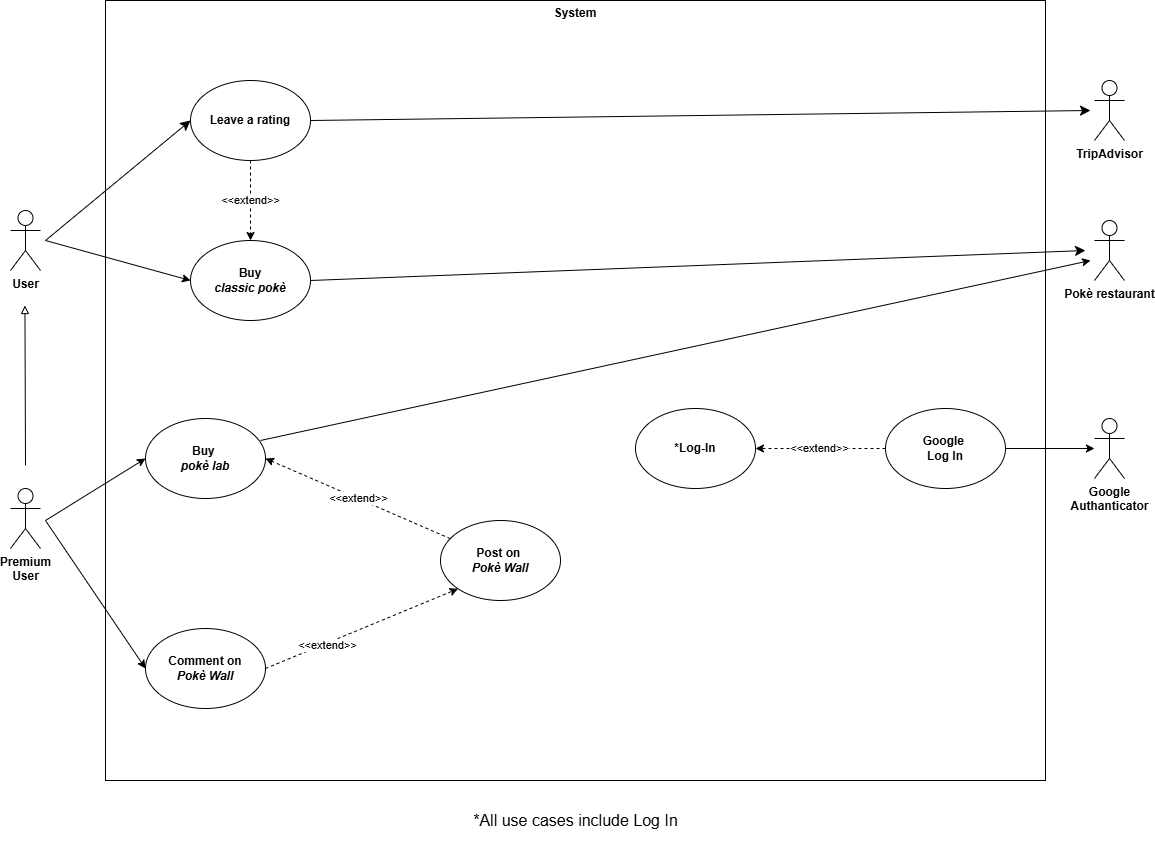
Earlier version of the draw.io export diagrams/UseCaseDiagram.drawio.png (matteopinfildi/YourPoke-ISPWProject). Source tidied: cells renumbered, new cells last; positions are measured from the earlier drawing's top-left corner, leaving out a move shared by most shapes. Source of this version:
```xml
<mxGraphModel>
  <root>
    <mxCell id="0" />
    <mxCell id="1" parent="0" />
    <mxCell id="2" style="rounded=0;whiteSpace=wrap;html=1;" parent="1" vertex="1">
      <mxGeometry x="95" width="940" height="780" as="geometry" />
    </mxCell>
    <mxCell id="3" style="edgeStyle=none;curved=1;rounded=0;jettySize=auto;html=1;entryX=0;entryY=0.5;entryDx=0;entryDy=0;fontSize=12;startSize=8;endSize=8;" parent="1" edge="1" target="19">
      <mxGeometry relative="1" as="geometry">
        <mxPoint x="35" y="240" as="sourcePoint" />
      </mxGeometry>
    </mxCell>
    <mxCell id="4" value="&lt;b&gt;User&lt;/b&gt;" style="shape=umlActor;verticalLabelPosition=bottom;verticalAlign=top;html=1;" parent="1" vertex="1">
      <mxGeometry y="210" width="30" height="60" as="geometry" />
    </mxCell>
    <mxCell id="5" value="&lt;b&gt;Premium&lt;br&gt;User&lt;/b&gt;" style="shape=umlActor;verticalLabelPosition=bottom;verticalAlign=top;html=1;" parent="1" vertex="1">
      <mxGeometry y="488" width="30" height="60" as="geometry" />
    </mxCell>
    <mxCell id="6" value="&lt;b&gt;*Log-In&lt;/b&gt;" style="ellipse;whiteSpace=wrap;html=1;" parent="1" vertex="1">
      <mxGeometry x="625" y="408" width="120" height="80" as="geometry" />
    </mxCell>
    <mxCell id="7" value="&lt;b&gt;Buy&amp;nbsp;&lt;/b&gt;&lt;div&gt;&lt;b&gt;&lt;i&gt;pokè lab&lt;/i&gt;&lt;/b&gt;&lt;/div&gt;" style="ellipse;whiteSpace=wrap;html=1;" parent="1" vertex="1">
      <mxGeometry x="135" y="418" width="120" height="80" as="geometry" />
    </mxCell>
    <mxCell id="8" style="endArrow=classic;html=1;rounded=0;entryX=0;entryY=0.5;entryDx=0;entryDy=0;" parent="1" edge="1" target="7">
      <mxGeometry relative="1" as="geometry">
        <mxPoint x="35" y="520" as="sourcePoint" />
      </mxGeometry>
    </mxCell>
    <mxCell id="9" style="edgeStyle=none;curved=1;rounded=0;jettySize=auto;html=1;exitX=1;exitY=0.5;exitDx=0;exitDy=0;fontSize=12;startSize=8;endSize=8;" parent="1" edge="1" source="10">
      <mxGeometry relative="1" as="geometry">
        <mxPoint x="1075" y="250" as="targetPoint" />
      </mxGeometry>
    </mxCell>
    <mxCell id="10" value="&lt;b&gt;Buy&lt;/b&gt;&lt;br&gt;&lt;div&gt;&lt;b&gt;&amp;nbsp;&lt;i&gt;classic&amp;nbsp;&lt;/i&gt;&lt;/b&gt;&lt;b style=&quot;background-color: transparent; color: light-dark(rgb(0, 0, 0), rgb(255, 255, 255));&quot;&gt;&lt;i&gt;pokè&amp;nbsp;&lt;/i&gt;&lt;/b&gt;&lt;/div&gt;" style="ellipse;whiteSpace=wrap;html=1;" parent="1" vertex="1">
      <mxGeometry x="180" y="240" width="120" height="80" as="geometry" />
    </mxCell>
    <mxCell id="11" style="endArrow=classic;html=1;rounded=0;entryX=0;entryY=0.5;entryDx=0;entryDy=0;" parent="1" edge="1" target="10">
      <mxGeometry relative="1" as="geometry">
        <mxPoint x="35" y="240" as="sourcePoint" />
      </mxGeometry>
    </mxCell>
    <mxCell id="12" value="&lt;b&gt;Google&lt;/b&gt;&lt;div&gt;&lt;b&gt;Authanticator&lt;/b&gt;&lt;/div&gt;&lt;div&gt;&lt;br&gt;&lt;/div&gt;" style="shape=umlActor;verticalLabelPosition=bottom;verticalAlign=top;html=1;outlineConnect=0;" parent="1" vertex="1">
      <mxGeometry x="1084" y="418" width="30" height="60" as="geometry" />
    </mxCell>
    <mxCell id="13" style="endArrow=classic;html=1;rounded=0;exitX=1;exitY=0.5;exitDx=0;exitDy=0;" parent="1" edge="1" source="21" target="12">
      <mxGeometry relative="1" as="geometry" />
    </mxCell>
    <mxCell id="14" value="&lt;b&gt;System&lt;/b&gt;&lt;div&gt;&lt;br&gt;&lt;/div&gt;" style="text;html=1;align=center;verticalAlign=middle;whiteSpace=wrap;rounded=0;" parent="1" vertex="1">
      <mxGeometry x="535" y="5" width="60" height="30" as="geometry" />
    </mxCell>
    <mxCell id="15" value="&lt;b&gt;Comment on&lt;/b&gt;&lt;div&gt;&lt;b&gt;&lt;i&gt;Pokè Wall&lt;/i&gt;&lt;/b&gt;&lt;/div&gt;" style="ellipse;whiteSpace=wrap;html=1;" parent="1" vertex="1">
      <mxGeometry x="135" y="628" width="120" height="80" as="geometry" />
    </mxCell>
    <mxCell id="16" style="endArrow=classic;html=1;rounded=0;entryX=0;entryY=0.5;entryDx=0;entryDy=0;" parent="1" edge="1" target="15">
      <mxGeometry relative="1" as="geometry">
        <mxPoint x="35" y="520" as="sourcePoint" />
      </mxGeometry>
    </mxCell>
    <mxCell id="17" value="&lt;b&gt;Post on&amp;nbsp;&lt;/b&gt;&lt;div&gt;&lt;b&gt;&lt;i&gt;Pokè Wall&lt;/i&gt;&lt;/b&gt;&lt;/div&gt;" style="ellipse;whiteSpace=wrap;html=1;" parent="1" vertex="1">
      <mxGeometry x="430" y="520" width="120" height="80" as="geometry" />
    </mxCell>
    <mxCell id="18" value="&amp;lt;&amp;lt;extend&amp;gt;&amp;gt;" style="endArrow=classic;html=1;rounded=0;entryX=1;entryY=0.5;entryDx=0;entryDy=0;dashed=1;" parent="1" edge="1" source="17" target="7">
      <mxGeometry relative="1" as="geometry" />
    </mxCell>
    <mxCell id="19" value="&lt;b&gt;Leave a rating&lt;/b&gt;" style="ellipse;whiteSpace=wrap;html=1;" parent="1" vertex="1">
      <mxGeometry x="180" y="80" width="120" height="80" as="geometry" />
    </mxCell>
    <mxCell id="20" style="endArrow=block;html=1;rounded=0;endFill=0;" parent="1" edge="1">
      <mxGeometry relative="1" as="geometry">
        <mxPoint x="15" y="465" as="sourcePoint" />
        <mxPoint x="14.4" y="305" as="targetPoint" />
      </mxGeometry>
    </mxCell>
    <mxCell id="21" value="&lt;b&gt;Google&amp;nbsp;&lt;/b&gt;&lt;div&gt;&lt;b&gt;Log In&lt;/b&gt;&lt;/div&gt;" style="ellipse;whiteSpace=wrap;html=1;" parent="1" vertex="1">
      <mxGeometry x="875" y="408" width="120" height="80" as="geometry" />
    </mxCell>
    <mxCell id="22" value="&amp;lt;&amp;lt;extend&amp;gt;&amp;gt;" style="endArrow=classic;html=1;rounded=0;exitX=0;exitY=0.5;exitDx=0;exitDy=0;entryX=1;entryY=0.5;entryDx=0;entryDy=0;dashed=1;" parent="1" edge="1" source="21" target="6">
      <mxGeometry relative="1" as="geometry" />
    </mxCell>
    <mxCell id="23" value="&lt;b&gt;Pokè restaurant&lt;/b&gt;" style="shape=umlActor;verticalLabelPosition=bottom;verticalAlign=top;html=1;" parent="1" vertex="1">
      <mxGeometry x="1084" y="220" width="30" height="60" as="geometry" />
    </mxCell>
    <mxCell id="24" value="&amp;lt;&amp;lt;extend&amp;gt;&amp;gt;" style="endArrow=classic;html=1;rounded=0;exitX=1;exitY=0.5;exitDx=0;exitDy=0;entryX=0;entryY=1;entryDx=0;entryDy=0;dashed=1;" parent="1" edge="1" source="15" target="17">
      <mxGeometry x="-0.36" y="-2" relative="1" as="geometry" />
    </mxCell>
    <mxCell id="25" value="*All use cases include Log In" style="text;html=1;align=center;verticalAlign=middle;strokeColor=none;fillColor=none;fontSize=16;" parent="1" vertex="1">
      <mxGeometry x="430" y="800" width="270" height="40" as="geometry" />
    </mxCell>
    <mxCell id="26" style="endArrow=classic;html=1;rounded=0;exitX=0.958;exitY=0.275;exitDx=0;exitDy=0;exitPerimeter=0;" parent="1" edge="1" source="7">
      <mxGeometry relative="1" as="geometry">
        <mxPoint x="1080" y="260" as="targetPoint" />
      </mxGeometry>
    </mxCell>
    <mxCell id="27" value="&amp;lt;&amp;lt;extend&amp;gt;&amp;gt;" style="endArrow=classic;html=1;rounded=0;entryX=0.5;entryY=0;entryDx=0;entryDy=0;dashed=1;exitX=0.5;exitY=1;exitDx=0;exitDy=0;" parent="1" edge="1" source="19" target="10">
      <mxGeometry relative="1" as="geometry" />
    </mxCell>
    <mxCell id="28" value="&lt;div&gt;&lt;b&gt;TripAdvisor&lt;/b&gt;&lt;/div&gt;" style="shape=umlActor;verticalLabelPosition=bottom;verticalAlign=top;html=1;" parent="1" vertex="1">
      <mxGeometry x="1084" y="80" width="30" height="60" as="geometry" />
    </mxCell>
    <mxCell id="29" style="edgeStyle=none;curved=1;rounded=0;jettySize=auto;html=1;exitX=1;exitY=0.5;exitDx=0;exitDy=0;fontSize=12;startSize=8;endSize=8;" parent="1" edge="1" source="19">
      <mxGeometry relative="1" as="geometry">
        <mxPoint x="1080" y="110" as="targetPoint" />
      </mxGeometry>
    </mxCell>
  </root>
</mxGraphModel>
```
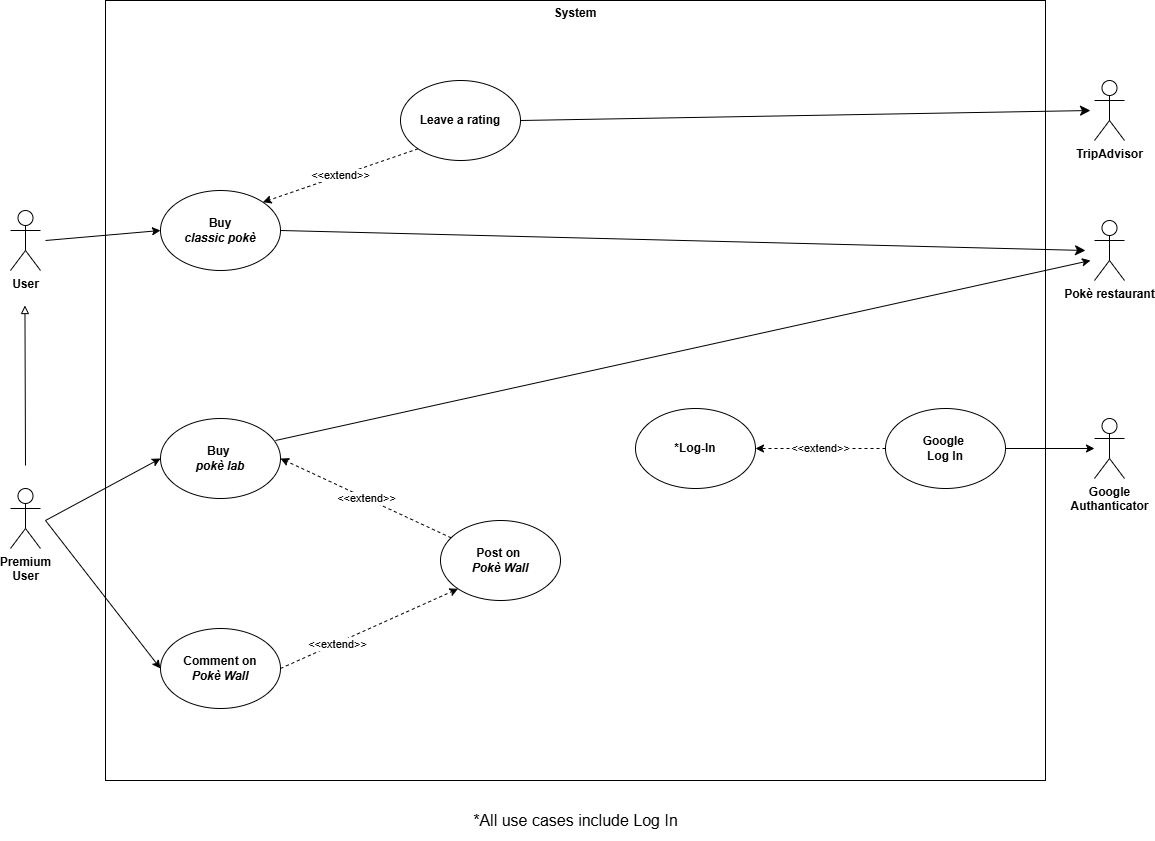
Later version of the same file.

The edit, as a diff of the source:
```diff
@@ -5,11 +5,6 @@
     <mxCell id="2" style="rounded=0;whiteSpace=wrap;html=1;" parent="1" vertex="1">
       <mxGeometry x="95" width="940" height="780" as="geometry" />
     </mxCell>
-    <mxCell id="3" style="edgeStyle=none;curved=1;rounded=0;jettySize=auto;html=1;entryX=0;entryY=0.5;entryDx=0;entryDy=0;fontSize=12;startSize=8;endSize=8;" parent="1" edge="1" target="19">
-      <mxGeometry relative="1" as="geometry">
-        <mxPoint x="35" y="240" as="sourcePoint" />
-      </mxGeometry>
-    </mxCell>
     <mxCell id="4" value="&lt;b&gt;User&lt;/b&gt;" style="shape=umlActor;verticalLabelPosition=bottom;verticalAlign=top;html=1;" parent="1" vertex="1">
       <mxGeometry y="210" width="30" height="60" as="geometry" />
     </mxCell>
@@ -20,7 +15,7 @@
       <mxGeometry x="625" y="408" width="120" height="80" as="geometry" />
     </mxCell>
     <mxCell id="7" value="&lt;b&gt;Buy&amp;nbsp;&lt;/b&gt;&lt;div&gt;&lt;b&gt;&lt;i&gt;pokè lab&lt;/i&gt;&lt;/b&gt;&lt;/div&gt;" style="ellipse;whiteSpace=wrap;html=1;" parent="1" vertex="1">
-      <mxGeometry x="135" y="418" width="120" height="80" as="geometry" />
+      <mxGeometry x="150" y="418" width="120" height="80" as="geometry" />
     </mxCell>
     <mxCell id="8" style="endArrow=classic;html=1;rounded=0;entryX=0;entryY=0.5;entryDx=0;entryDy=0;" parent="1" edge="1" target="7">
       <mxGeometry relative="1" as="geometry">
@@ -33,7 +28,7 @@
       </mxGeometry>
     </mxCell>
     <mxCell id="10" value="&lt;b&gt;Buy&lt;/b&gt;&lt;br&gt;&lt;div&gt;&lt;b&gt;&amp;nbsp;&lt;i&gt;classic&amp;nbsp;&lt;/i&gt;&lt;/b&gt;&lt;b style=&quot;background-color: transparent; color: light-dark(rgb(0, 0, 0), rgb(255, 255, 255));&quot;&gt;&lt;i&gt;pokè&amp;nbsp;&lt;/i&gt;&lt;/b&gt;&lt;/div&gt;" style="ellipse;whiteSpace=wrap;html=1;" parent="1" vertex="1">
-      <mxGeometry x="180" y="240" width="120" height="80" as="geometry" />
+      <mxGeometry x="150" y="190" width="120" height="80" as="geometry" />
     </mxCell>
     <mxCell id="11" style="endArrow=classic;html=1;rounded=0;entryX=0;entryY=0.5;entryDx=0;entryDy=0;" parent="1" edge="1" target="10">
       <mxGeometry relative="1" as="geometry">
@@ -50,7 +45,7 @@
       <mxGeometry x="535" y="5" width="60" height="30" as="geometry" />
     </mxCell>
     <mxCell id="15" value="&lt;b&gt;Comment on&lt;/b&gt;&lt;div&gt;&lt;b&gt;&lt;i&gt;Pokè Wall&lt;/i&gt;&lt;/b&gt;&lt;/div&gt;" style="ellipse;whiteSpace=wrap;html=1;" parent="1" vertex="1">
-      <mxGeometry x="135" y="628" width="120" height="80" as="geometry" />
+      <mxGeometry x="150" y="628" width="120" height="80" as="geometry" />
     </mxCell>
     <mxCell id="16" style="endArrow=classic;html=1;rounded=0;entryX=0;entryY=0.5;entryDx=0;entryDy=0;" parent="1" edge="1" target="15">
       <mxGeometry relative="1" as="geometry">
@@ -64,7 +59,7 @@
       <mxGeometry relative="1" as="geometry" />
     </mxCell>
     <mxCell id="19" value="&lt;b&gt;Leave a rating&lt;/b&gt;" style="ellipse;whiteSpace=wrap;html=1;" parent="1" vertex="1">
-      <mxGeometry x="180" y="80" width="120" height="80" as="geometry" />
+      <mxGeometry x="390" y="80" width="120" height="80" as="geometry" />
     </mxCell>
     <mxCell id="20" style="endArrow=block;html=1;rounded=0;endFill=0;" parent="1" edge="1">
       <mxGeometry relative="1" as="geometry">
@@ -92,7 +87,7 @@
         <mxPoint x="1080" y="260" as="targetPoint" />
       </mxGeometry>
     </mxCell>
-    <mxCell id="27" value="&amp;lt;&amp;lt;extend&amp;gt;&amp;gt;" style="endArrow=classic;html=1;rounded=0;entryX=0.5;entryY=0;entryDx=0;entryDy=0;dashed=1;exitX=0.5;exitY=1;exitDx=0;exitDy=0;" parent="1" edge="1" source="19" target="10">
+    <mxCell id="27" value="&amp;lt;&amp;lt;extend&amp;gt;&amp;gt;" style="endArrow=classic;html=1;rounded=0;entryX=1;entryY=0;entryDx=0;entryDy=0;dashed=1;exitX=0;exitY=1;exitDx=0;exitDy=0;" parent="1" edge="1" source="19" target="10">
       <mxGeometry relative="1" as="geometry" />
     </mxCell>
     <mxCell id="28" value="&lt;div&gt;&lt;b&gt;TripAdvisor&lt;/b&gt;&lt;/div&gt;" style="shape=umlActor;verticalLabelPosition=bottom;verticalAlign=top;html=1;" parent="1" vertex="1">
```
